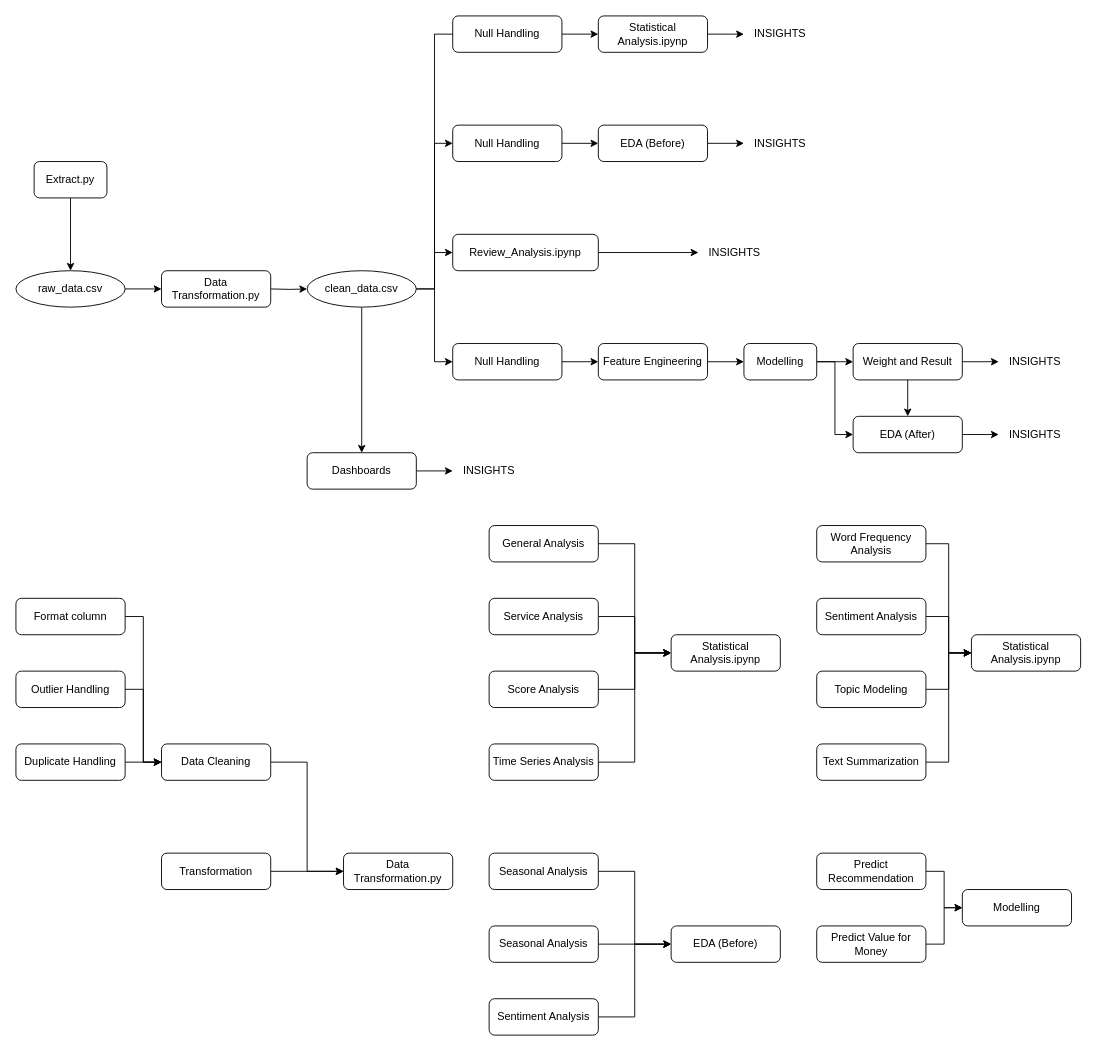
Above: Flow Chart.drawio in MarkPhamm/British-Airway (draw.io), before the change. Source tidied: cells renumbered, new cells numbered last; positions are measured from the earlier drawing's top-left corner, leaving out a move shared by most shapes. Both pictures are drawn from the tidied source at 91%, with x=0, y=0 at pixel (15, 15).
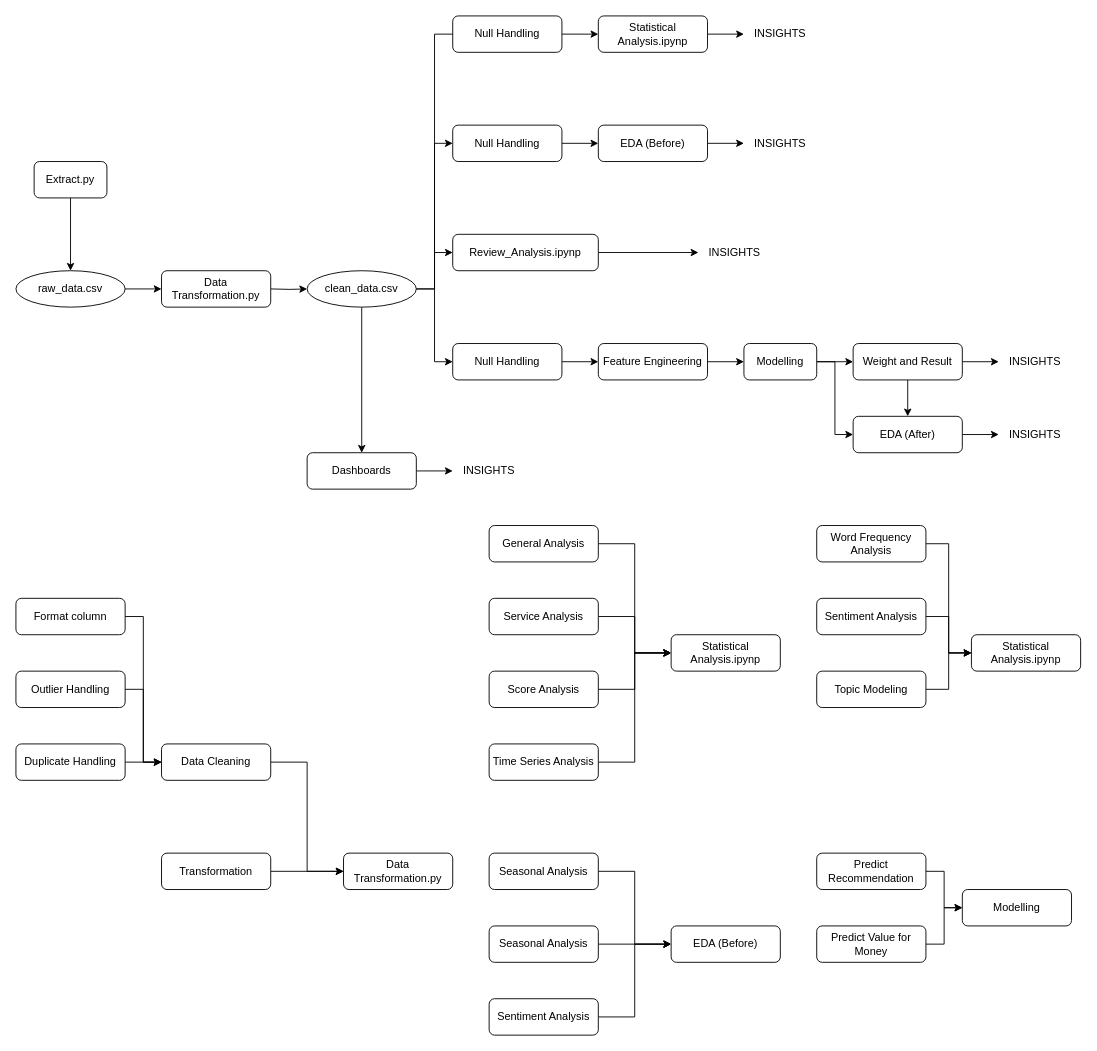
After the change.

The change refers to these unchanged cells:
```xml
<mxCell id="80" value="Statistical Analysis.ipynp" style="rounded=1;whiteSpace=wrap;html=1;fontSize=12;glass=0;strokeWidth=1;shadow=0;" parent="1" vertex="1">
  <mxGeometry x="1050" y="680" width="120" height="40" as="geometry" />
</mxCell>
```

Diff of the diagram source:
```diff
@@
-    <mxCell id="76" style="edgeStyle=orthogonalEdgeStyle;rounded=0;jettySize=auto;html=1;entryX=0;entryY=0.5;entryDx=0;entryDy=0;" parent="1" edge="1" source="77" target="80">
-      <mxGeometry relative="1" as="geometry" />
-    </mxCell>
-    <mxCell id="77" value="Text Summarization" style="rounded=1;whiteSpace=wrap;html=1;" parent="1" vertex="1">
-      <mxGeometry x="880" y="800" width="120" height="40" as="geometry" />
-    </mxCell>
```
